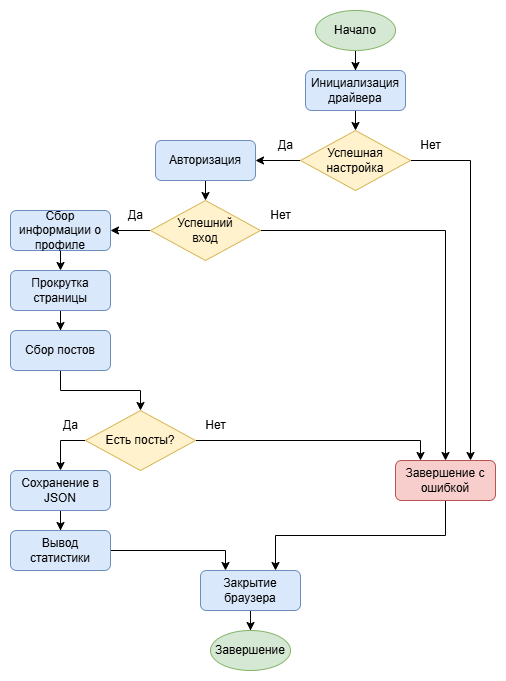
johnneon/crawler_of_depressive_context keeps this draw.io diagram as crawler/crawler_architecture.png. Above is the earlier version. Source tidied: cells renumbered, new cells last; positions are measured from the earlier drawing's top-left corner, leaving out a move shared by most shapes.
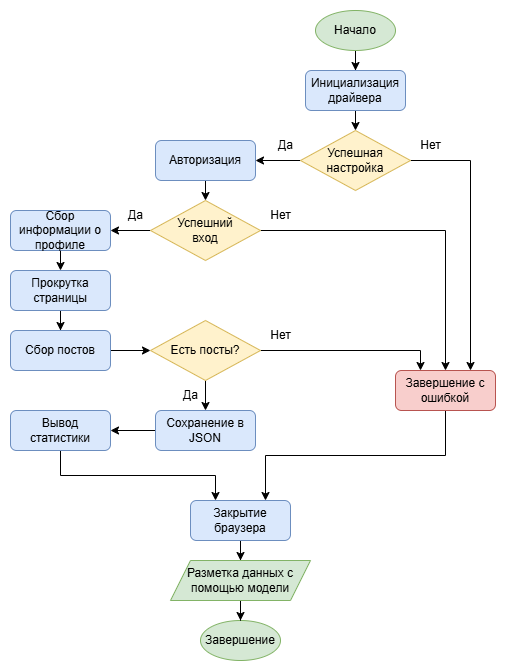
After the commit.

Commit message:
feat(crawler): finalyze crowler structure

The edit, as a diff of the source:
```diff
@@ -27,7 +27,7 @@
       <mxGeometry relative="1" as="geometry" />
     </mxCell>
     <mxCell id="10" value="Завершение с ошибкой" style="rounded=1;whiteSpace=wrap;html=1;fillColor=#f8cecc;strokeColor=#b85450;" parent="1" vertex="1">
-      <mxGeometry x="385" y="450" width="100" height="40" as="geometry" />
+      <mxGeometry x="385" y="360" width="100" height="40" as="geometry" />
     </mxCell>
     <mxCell id="11" value="Нет" style="text;html=1;align=center;verticalAlign=middle;strokeColor=none;fillColor=none;" parent="1" vertex="1">
       <mxGeometry x="400" y="120" width="40" height="30" as="geometry" />
@@ -68,7 +68,7 @@
     <mxCell id="23" value="Прокрутка страницы" style="rounded=1;whiteSpace=wrap;html=1;fillColor=#dae8fc;strokeColor=#6c8ebf;" parent="1" vertex="1">
       <mxGeometry y="260" width="100" height="40" as="geometry" />
     </mxCell>
-    <mxCell id="24" style="edgeStyle=orthogonalEdgeStyle;rounded=0;jettySize=auto;html=1;exitX=0.5;exitY=1;exitDx=0;exitDy=0;entryX=0.5;entryY=0;entryDx=0;entryDy=0;" parent="1" edge="1" source="25" target="28">
+    <mxCell id="24" style="edgeStyle=orthogonalEdgeStyle;rounded=0;jettySize=auto;html=1;entryX=0;entryY=0.5;entryDx=0;entryDy=0;" parent="1" edge="1" source="25" target="28">
       <mxGeometry relative="1" as="geometry" />
     </mxCell>
     <mxCell id="25" value="Сбор постов" style="rounded=1;whiteSpace=wrap;html=1;fillColor=#dae8fc;strokeColor=#6c8ebf;" parent="1" vertex="1">
@@ -77,38 +77,44 @@
     <mxCell id="26" style="edgeStyle=orthogonalEdgeStyle;rounded=0;jettySize=auto;html=1;entryX=0.25;entryY=0;entryDx=0;entryDy=0;" parent="1" edge="1" source="28" target="10">
       <mxGeometry relative="1" as="geometry" />
     </mxCell>
-    <mxCell id="27" style="edgeStyle=orthogonalEdgeStyle;rounded=0;jettySize=auto;html=1;exitX=0;exitY=0.5;exitDx=0;exitDy=0;entryX=0.5;entryY=0;entryDx=0;entryDy=0;" parent="1" edge="1" source="28" target="31">
+    <mxCell id="27" style="edgeStyle=orthogonalEdgeStyle;rounded=0;jettySize=auto;html=1;exitX=0.5;exitY=1;exitDx=0;exitDy=0;entryX=0.5;entryY=0;entryDx=0;entryDy=0;" parent="1" edge="1" source="28" target="31">
       <mxGeometry relative="1" as="geometry" />
     </mxCell>
     <mxCell id="28" value="Есть посты?" style="rhombus;whiteSpace=wrap;html=1;fillColor=#fff2cc;strokeColor=#d6b656;" parent="1" vertex="1">
-      <mxGeometry x="75" y="400" width="110" height="60" as="geometry" />
+      <mxGeometry x="140" y="310" width="110" height="60" as="geometry" />
     </mxCell>
     <mxCell id="29" value="Нет" style="text;html=1;align=center;verticalAlign=middle;strokeColor=none;fillColor=none;" parent="1" vertex="1">
-      <mxGeometry x="185" y="400" width="40" height="30" as="geometry" />
+      <mxGeometry x="250" y="310" width="40" height="30" as="geometry" />
     </mxCell>
-    <mxCell id="30" style="edgeStyle=orthogonalEdgeStyle;rounded=0;jettySize=auto;html=1;entryX=0.5;entryY=0;entryDx=0;entryDy=0;" parent="1" edge="1" source="31" target="33">
+    <mxCell id="30" style="edgeStyle=orthogonalEdgeStyle;rounded=0;jettySize=auto;html=1;entryX=1;entryY=0.5;entryDx=0;entryDy=0;" parent="1" edge="1" source="31" target="33">
       <mxGeometry relative="1" as="geometry" />
     </mxCell>
     <mxCell id="31" value="Сохранение в JSON" style="rounded=1;whiteSpace=wrap;html=1;fillColor=#dae8fc;strokeColor=#6c8ebf;" parent="1" vertex="1">
-      <mxGeometry y="460" width="100" height="40" as="geometry" />
+      <mxGeometry x="145" y="400" width="100" height="40" as="geometry" />
     </mxCell>
-    <mxCell id="32" style="edgeStyle=orthogonalEdgeStyle;rounded=0;jettySize=auto;html=1;exitX=1;exitY=0.5;exitDx=0;exitDy=0;entryX=0.25;entryY=0;entryDx=0;entryDy=0;" parent="1" edge="1" source="33" target="35">
+    <mxCell id="32" style="edgeStyle=orthogonalEdgeStyle;rounded=0;jettySize=auto;html=1;exitX=0.5;exitY=1;exitDx=0;exitDy=0;entryX=0.25;entryY=0;entryDx=0;entryDy=0;" parent="1" edge="1" source="33" target="35">
       <mxGeometry relative="1" as="geometry" />
     </mxCell>
     <mxCell id="33" value="Вывод статистики" style="rounded=1;whiteSpace=wrap;html=1;fillColor=#dae8fc;strokeColor=#6c8ebf;" parent="1" vertex="1">
-      <mxGeometry y="520" width="100" height="40" as="geometry" />
+      <mxGeometry y="400" width="100" height="40" as="geometry" />
     </mxCell>
-    <mxCell id="34" style="edgeStyle=orthogonalEdgeStyle;rounded=0;jettySize=auto;html=1;entryX=0.5;entryY=0;entryDx=0;entryDy=0;" parent="1" edge="1" source="35" target="36">
-      <mxGeometry relative="1" as="geometry" />
-    </mxCell>
+    <mxCell id="38" style="edgeStyle=orthogonalEdgeStyle;rounded=0;jettySize=auto;html=1;entryX=0.5;entryY=0;entryDx=0;entryDy=0;" parent="1" edge="1" source="35" target="40">
+      <mxGeometry relative="1" as="geometry" />
+    </mxCell>
     <mxCell id="35" value="Закрытие браузера" style="rounded=1;whiteSpace=wrap;html=1;fillColor=#dae8fc;strokeColor=#6c8ebf;" parent="1" vertex="1">
-      <mxGeometry x="190" y="560" width="100" height="40" as="geometry" />
+      <mxGeometry x="180" y="490" width="100" height="40" as="geometry" />
     </mxCell>
     <mxCell id="36" value="Завершение" style="ellipse;whiteSpace=wrap;html=1;fillColor=#d5e8d4;strokeColor=#82b366;" parent="1" vertex="1">
-      <mxGeometry x="200" y="620" width="80" height="40" as="geometry" />
+      <mxGeometry x="190" y="610" width="80" height="40" as="geometry" />
     </mxCell>
     <mxCell id="37" value="Да" style="text;html=1;align=center;verticalAlign=middle;strokeColor=none;fillColor=none;" parent="1" vertex="1">
-      <mxGeometry x="40" y="400" width="40" height="30" as="geometry" />
+      <mxGeometry x="160" y="370" width="40" height="30" as="geometry" />
     </mxCell>
+    <mxCell id="39" style="edgeStyle=orthogonalEdgeStyle;rounded=0;jettySize=auto;html=1;" parent="1" edge="1" source="40" target="36">
+      <mxGeometry relative="1" as="geometry" />
+    </mxCell>
+    <mxCell id="40" value="Разметка данных с помощью модели" style="shape=parallelogram;perimeter=parallelogramPerimeter;whiteSpace=wrap;html=1;fixedSize=1;fillColor=#d5e8d4;strokeColor=#82b366;" parent="1" vertex="1">
+      <mxGeometry x="160" y="550" width="140" height="40" as="geometry" />
+    </mxCell>
   </root>
 </mxGraphModel>
```
